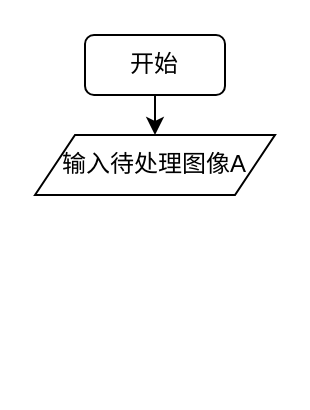
Before: 未命名绘图.drawio in qubo188612/Visio, a draw.io diagram. Source tidied: cells renumbered, new cells numbered last; positions are measured from the earlier drawing's top-left corner, leaving out a move shared by most shapes. Both pictures are drawn from the tidied source at 200%, with x=0, y=0 at pixel (34, 34).
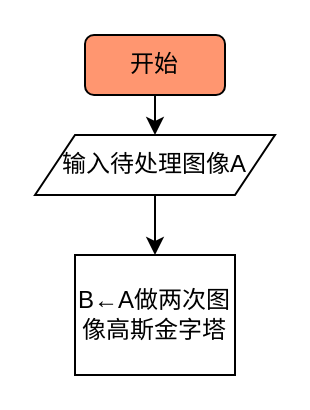
The same page after the edit.

Commit message (it also covers changes not shown here):
更新未命名绘图.drawio

The edit, as a diff of the source:
```diff
@@
 <mxGraphModel>
   <root>
     <mxCell id="0" />
     <mxCell id="1" parent="0" />
     <mxCell id="2" style="edgeStyle=orthogonalEdgeStyle;rounded=0;jettySize=auto;html=1;" parent="1" edge="1" source="3">
       <mxGeometry relative="1" as="geometry">
         <mxPoint x="60" y="50" as="targetPoint" />
       </mxGeometry>
     </mxCell>
-    <mxCell id="3" value="开始" style="rounded=1;whiteSpace=wrap;html=1;" parent="1" vertex="1">
+    <mxCell id="3" value="开始" style="rounded=1;whiteSpace=wrap;html=1;fillColor=#FF9670;" parent="1" vertex="1">
       <mxGeometry x="25" width="70" height="30" as="geometry" />
     </mxCell>
+    <mxCell id="5" style="edgeStyle=orthogonalEdgeStyle;rounded=0;jettySize=auto;html=1;" parent="1" edge="1" source="4">
+      <mxGeometry relative="1" as="geometry">
+        <mxPoint x="60" y="110" as="targetPoint" />
+      </mxGeometry>
+    </mxCell>
     <mxCell id="4" value="输入待处理图像A" style="shape=parallelogram;perimeter=parallelogramPerimeter;whiteSpace=wrap;html=1;fixedSize=1;" parent="1" vertex="1">
       <mxGeometry y="50" width="120" height="30" as="geometry" />
     </mxCell>
+    <mxCell id="6" value="B←A做两次图像高斯金字塔" style="rounded=0;whiteSpace=wrap;html=1;fillColor=#FFFFFF;" parent="1" vertex="1">
+      <mxGeometry x="20" y="110" width="80" height="60" as="geometry" />
+    </mxCell>
   </root>
 </mxGraphModel>
```
